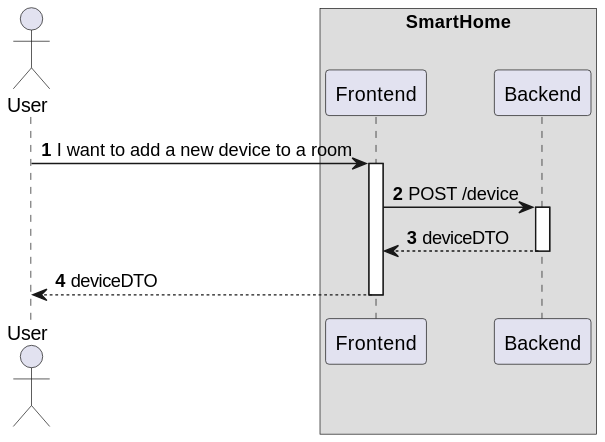
The PlantUML diagram docs/ooa/C4_4plus1_models/Level2/ProcessView/ProcessViewLevel2_UC19.svg in olivDiogo/SmartHome, before a commit. The source it was exported from:
```plantuml
@startuml
!pragma layout smetana

autonumber
actor "User" as User

box "SmartHome"
    participant Frontend as FE
    participant Backend as BE
end box

User -> FE : I want to add a new device to a room
activate FE

FE -> BE : POST /device
activate BE
BE --> FE : deviceDTO
deactivate BE

FE --> User : deviceDTO
deactivate FE
@enduml
```
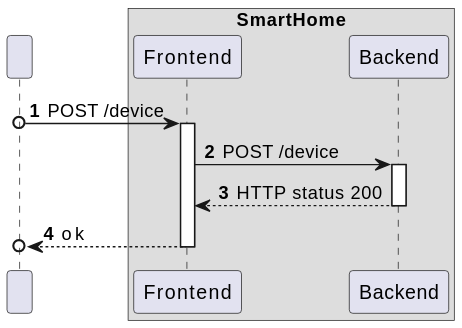
Above is the later version.

Commit message:
#518 fix: update process view level 2 for US19 and UC 21

Change to the diagram source:
```diff
@@ -2,21 +2,21 @@
 !pragma layout smetana
 
 autonumber
-actor "User" as User
+participant " " as User
 
 box "SmartHome"
     participant Frontend as FE
     participant Backend as BE
 end box
 
-User -> FE : I want to add a new device to a room
+User o-> FE : POST /device
 activate FE
 
 FE -> BE : POST /device
 activate BE
-BE --> FE : deviceDTO
+BE --> FE : HTTP status 200
 deactivate BE
 
-FE --> User : deviceDTO
+FE -->o User : ok
 deactivate FE
 @enduml
```
